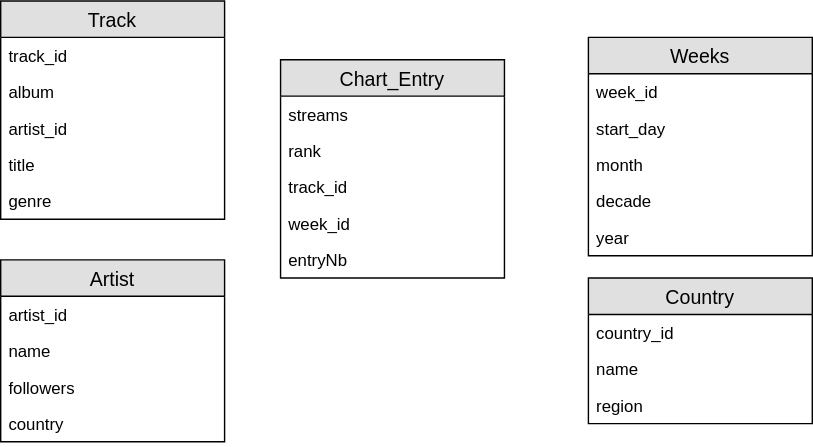
Before: figures/ER1.svg, a diagram exported from draw.io (AlexChanson/DW). Source tidied: cells renumbered, new cells last; positions are measured from the earlier drawing's top-left corner, leaving out a move shared by most shapes.
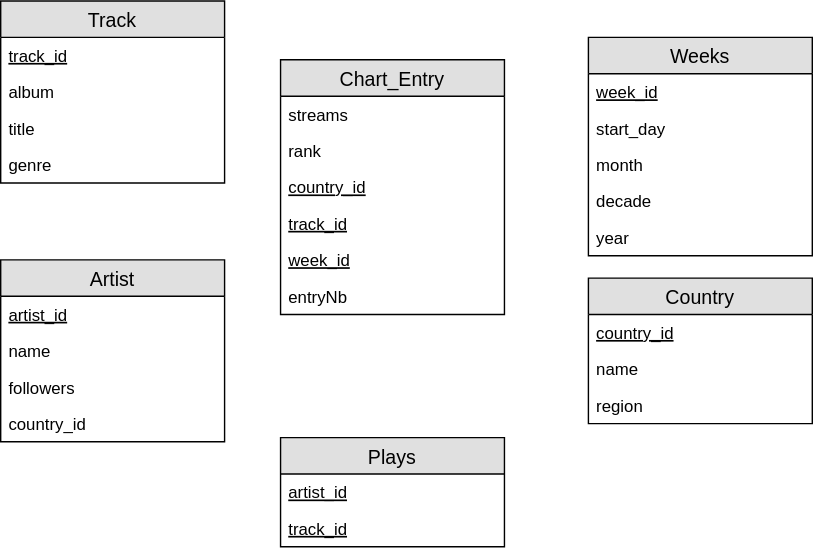
The same file after the commit.

Change to the diagram source:
```diff
@@ -3,7 +3,7 @@
     <mxCell id="0" />
     <mxCell id="1" parent="0" />
     <mxCell id="2" value="Chart_Entry" style="swimlane;fontStyle=0;horizontal=1;startSize=26;fillColor=#e0e0e0;swimlaneFillColor=#ffffff;align=center;fontSize=14;" parent="1" vertex="1">
-      <mxGeometry x="200" y="42" width="160" height="156" as="geometry" />
+      <mxGeometry x="200" y="42" width="160" height="182" as="geometry" />
     </mxCell>
     <mxCell id="3" value="streams" style="text;strokeColor=none;fillColor=none;spacingLeft=4;spacingRight=4;overflow=hidden;fontSize=12;" parent="2" vertex="1">
       <mxGeometry y="26" width="160" height="26" as="geometry" />
@@ -11,37 +11,37 @@
     <mxCell id="4" value="rank" style="text;strokeColor=none;fillColor=none;spacingLeft=4;spacingRight=4;overflow=hidden;fontSize=12;" parent="2" vertex="1">
       <mxGeometry y="52" width="160" height="26" as="geometry" />
     </mxCell>
+    <mxCell id="29" value="country_id" style="text;strokeColor=none;fillColor=none;spacingLeft=4;spacingRight=4;overflow=hidden;fontSize=12;fontStyle=4;" parent="2" vertex="1">
+      <mxGeometry y="78" width="160" height="26" as="geometry" />
+    </mxCell>
-    <mxCell id="5" value="track_id" style="text;strokeColor=none;fillColor=none;spacingLeft=4;spacingRight=4;overflow=hidden;fontSize=12;" parent="2" vertex="1">
-      <mxGeometry y="78" width="160" height="26" as="geometry" />
+    <mxCell id="5" value="track_id" style="text;strokeColor=none;fillColor=none;spacingLeft=4;spacingRight=4;overflow=hidden;fontSize=12;fontStyle=4;" parent="2" vertex="1">
+      <mxGeometry y="104" width="160" height="26" as="geometry" />
     </mxCell>
-    <mxCell id="6" value="week_id" style="text;strokeColor=none;fillColor=none;spacingLeft=4;spacingRight=4;overflow=hidden;fontSize=12;" parent="2" vertex="1">
-      <mxGeometry y="104" width="160" height="26" as="geometry" />
+    <mxCell id="6" value="week_id" style="text;strokeColor=none;fillColor=none;spacingLeft=4;spacingRight=4;overflow=hidden;fontSize=12;fontStyle=4;" parent="2" vertex="1">
+      <mxGeometry y="130" width="160" height="26" as="geometry" />
     </mxCell>
     <mxCell id="7" value="entryNb" style="text;strokeColor=none;fillColor=none;spacingLeft=4;spacingRight=4;overflow=hidden;fontSize=12;" parent="2" vertex="1">
-      <mxGeometry y="130" width="160" height="26" as="geometry" />
+      <mxGeometry y="156" width="160" height="26" as="geometry" />
     </mxCell>
     <mxCell id="8" value="Track" style="swimlane;fontStyle=0;horizontal=1;startSize=26;fillColor=#e0e0e0;swimlaneFillColor=#ffffff;align=center;fontSize=14;" parent="1" vertex="1">
-      <mxGeometry width="160" height="156" as="geometry" />
+      <mxGeometry width="160" height="130" as="geometry" />
     </mxCell>
-    <mxCell id="9" value="track_id" style="text;strokeColor=none;fillColor=none;spacingLeft=4;spacingRight=4;overflow=hidden;fontSize=12;" parent="8" vertex="1">
+    <mxCell id="9" value="track_id" style="text;strokeColor=none;fillColor=none;spacingLeft=4;spacingRight=4;overflow=hidden;fontSize=12;fontStyle=4;" parent="8" vertex="1">
       <mxGeometry y="26" width="160" height="26" as="geometry" />
     </mxCell>
     <mxCell id="10" value="album" style="text;strokeColor=none;fillColor=none;spacingLeft=4;spacingRight=4;overflow=hidden;fontSize=12;" parent="8" vertex="1">
       <mxGeometry y="52" width="160" height="26" as="geometry" />
     </mxCell>
-    <mxCell id="11" value="artist_id" style="text;strokeColor=none;fillColor=none;spacingLeft=4;spacingRight=4;overflow=hidden;fontSize=12;" parent="8" vertex="1">
-      <mxGeometry y="78" width="160" height="26" as="geometry" />
-    </mxCell>
     <mxCell id="12" value="title" style="text;strokeColor=none;fillColor=none;spacingLeft=4;spacingRight=4;overflow=hidden;fontSize=12;fontFamily=Helvetica;fontColor=#000000;align=left;gradientColor=none;" parent="8" vertex="1">
-      <mxGeometry y="104" width="160" height="26" as="geometry" />
+      <mxGeometry y="78" width="160" height="26" as="geometry" />
     </mxCell>
     <mxCell id="13" value="genre" style="text;strokeColor=none;fillColor=none;spacingLeft=4;spacingRight=4;overflow=hidden;fontSize=12;" parent="8" vertex="1">
-      <mxGeometry y="130" width="160" height="26" as="geometry" />
+      <mxGeometry y="104" width="160" height="26" as="geometry" />
     </mxCell>
     <mxCell id="14" value="Artist" style="swimlane;fontStyle=0;horizontal=1;startSize=26;fillColor=#e0e0e0;swimlaneFillColor=#ffffff;align=center;fontSize=14;" parent="1" vertex="1">
       <mxGeometry y="185" width="160" height="130" as="geometry" />
     </mxCell>
-    <mxCell id="15" value="artist_id" style="text;strokeColor=none;fillColor=none;spacingLeft=4;spacingRight=4;overflow=hidden;fontSize=12;" parent="14" vertex="1">
+    <mxCell id="15" value="artist_id" style="text;strokeColor=none;fillColor=none;spacingLeft=4;spacingRight=4;overflow=hidden;fontSize=12;fontStyle=4;" parent="14" vertex="1">
       <mxGeometry y="26" width="160" height="26" as="geometry" />
     </mxCell>
     <mxCell id="16" value="name" style="text;strokeColor=none;fillColor=none;spacingLeft=4;spacingRight=4;overflow=hidden;fontSize=12;" parent="14" vertex="1">
@@ -50,13 +50,13 @@
     <mxCell id="17" value="followers" style="text;strokeColor=none;fillColor=none;spacingLeft=4;spacingRight=4;overflow=hidden;fontSize=12;" parent="14" vertex="1">
       <mxGeometry y="78" width="160" height="26" as="geometry" />
     </mxCell>
-    <mxCell id="18" value="country" style="text;strokeColor=none;fillColor=none;spacingLeft=4;spacingRight=4;overflow=hidden;fontSize=12;" parent="14" vertex="1">
+    <mxCell id="18" value="country_id" style="text;strokeColor=none;fillColor=none;spacingLeft=4;spacingRight=4;overflow=hidden;fontSize=12;" parent="14" vertex="1">
       <mxGeometry y="104" width="160" height="26" as="geometry" />
     </mxCell>
     <mxCell id="19" value="Country" style="swimlane;fontStyle=0;horizontal=1;startSize=26;fillColor=#e0e0e0;swimlaneFillColor=#ffffff;align=center;fontSize=14;" parent="1" vertex="1">
       <mxGeometry x="420" y="198" width="160" height="104" as="geometry" />
     </mxCell>
-    <mxCell id="20" value="country_id" style="text;strokeColor=none;fillColor=none;spacingLeft=4;spacingRight=4;overflow=hidden;fontSize=12;" parent="19" vertex="1">
+    <mxCell id="20" value="country_id" style="text;strokeColor=none;fillColor=none;spacingLeft=4;spacingRight=4;overflow=hidden;fontSize=12;fontStyle=4;" parent="19" vertex="1">
       <mxGeometry y="26" width="160" height="26" as="geometry" />
     </mxCell>
     <mxCell id="21" value="name" style="text;strokeColor=none;fillColor=none;spacingLeft=4;spacingRight=4;overflow=hidden;fontSize=12;" parent="19" vertex="1">
@@ -68,7 +68,7 @@
     <mxCell id="23" value="Weeks" style="swimlane;fontStyle=0;horizontal=1;startSize=26;fillColor=#e0e0e0;swimlaneFillColor=#ffffff;align=center;fontSize=14;" parent="1" vertex="1">
       <mxGeometry x="420" y="26" width="160" height="156" as="geometry" />
     </mxCell>
-    <mxCell id="24" value="week_id" style="text;strokeColor=none;fillColor=none;spacingLeft=4;spacingRight=4;overflow=hidden;fontSize=12;" parent="23" vertex="1">
+    <mxCell id="24" value="week_id" style="text;strokeColor=none;fillColor=none;spacingLeft=4;spacingRight=4;overflow=hidden;fontSize=12;fontStyle=4;" parent="23" vertex="1">
       <mxGeometry y="26" width="160" height="26" as="geometry" />
     </mxCell>
     <mxCell id="25" value="start_day" style="text;strokeColor=none;fillColor=none;spacingLeft=4;spacingRight=4;overflow=hidden;fontSize=12;" parent="23" vertex="1">
@@ -83,5 +83,14 @@
     <mxCell id="28" value="year" style="text;strokeColor=none;fillColor=none;spacingLeft=4;spacingRight=4;overflow=hidden;fontSize=12;" parent="23" vertex="1">
       <mxGeometry y="130" width="160" height="26" as="geometry" />
     </mxCell>
+    <mxCell id="30" value="Plays" style="swimlane;fontStyle=0;horizontal=1;startSize=26;fillColor=#e0e0e0;swimlaneFillColor=#ffffff;align=center;fontSize=14;" parent="1" vertex="1">
+      <mxGeometry x="200" y="312" width="160" height="78" as="geometry" />
+    </mxCell>
+    <mxCell id="11" value="artist_id" style="text;strokeColor=none;fillColor=none;spacingLeft=4;spacingRight=4;overflow=hidden;fontSize=12;fontStyle=4;" parent="30" vertex="1">
+      <mxGeometry y="26" width="160" height="26" as="geometry" />
+    </mxCell>
+    <mxCell id="31" value="track_id" style="text;strokeColor=none;fillColor=none;spacingLeft=4;spacingRight=4;overflow=hidden;fontSize=12;fontStyle=4;" parent="30" vertex="1">
+      <mxGeometry y="52" width="160" height="26" as="geometry" />
+    </mxCell>
   </root>
 </mxGraphModel>
```
